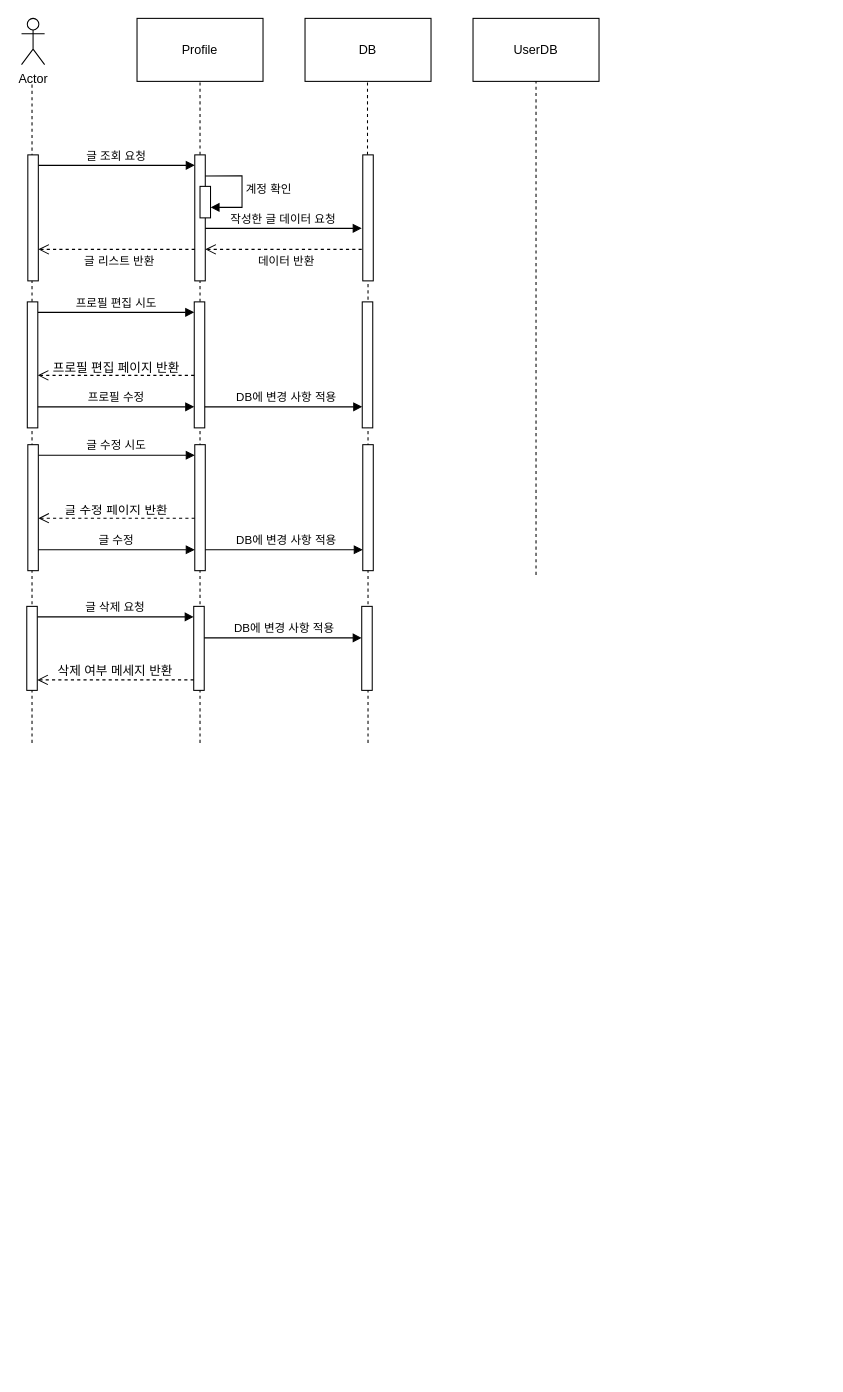
Above: page "Profile" (4 of 4) of KB 3기 2반 5조.drawio in C0012S/SoBe-it (draw.io), before the change. Source tidied: cells renumbered, new cells numbered last; positions are measured from the earlier drawing's top-left corner, leaving out a move shared by most shapes. Both pictures are drawn from the tidied source at 105%, with x=0, y=0 at pixel (21, 18).
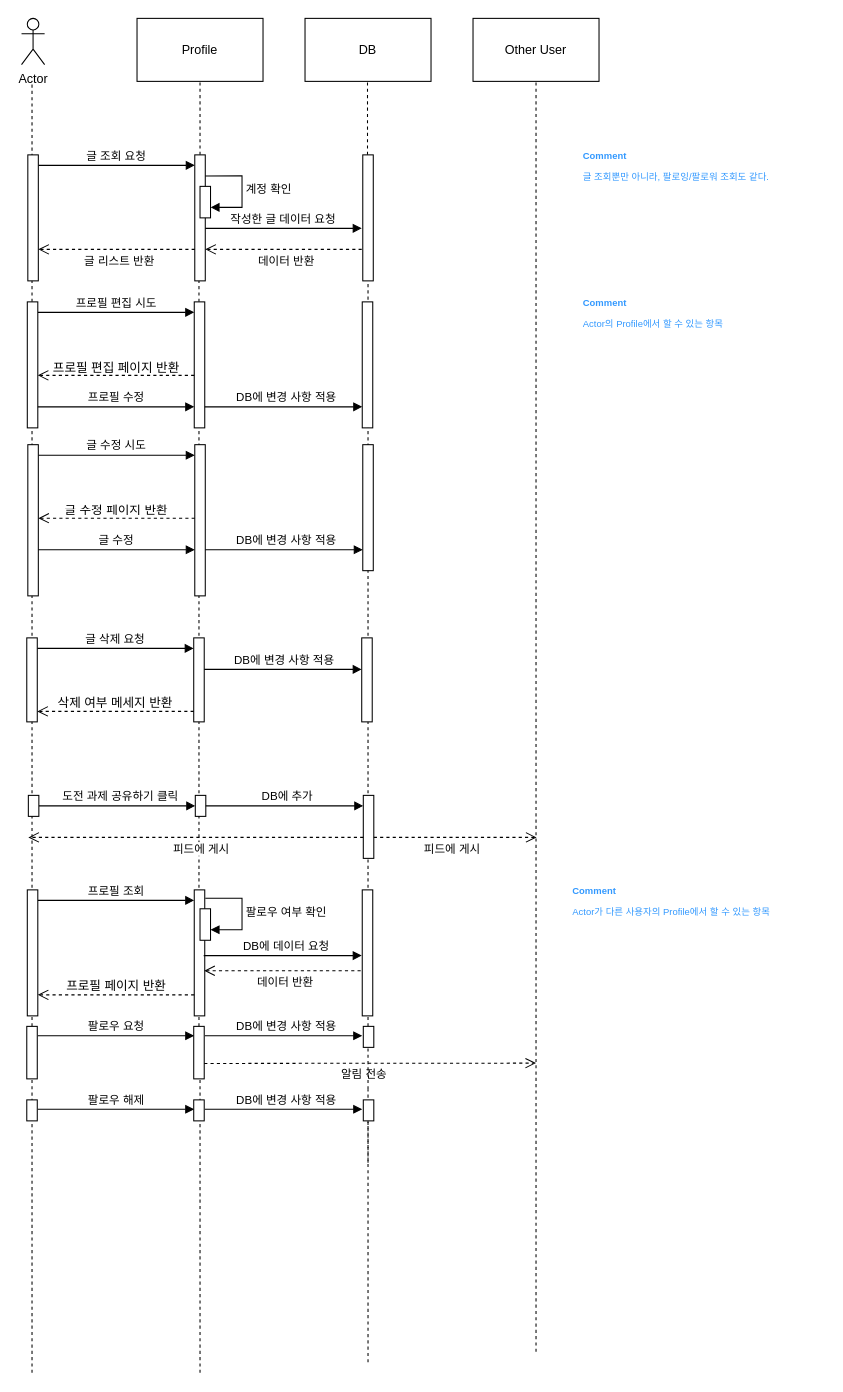
The same diagram, later.

Unchanged cells that the change refers to:
```xml
<mxCell id="12" style="html=1;points=[];perimeter=orthogonalPerimeter;outlineConnect=0;targetShapes=umlLifeline;portConstraint=eastwest;newEdgeStyle={&quot;edgeStyle&quot;:&quot;elbowEdgeStyle&quot;,&quot;elbow&quot;:&quot;vertical&quot;,&quot;curved&quot;:0,&quot;rounded&quot;:0};" parent="1" vertex="1">
  <mxGeometry x="165" y="130" width="10" height="120" as="geometry" />
</mxCell>
```

What changed in the source:
```diff
@@
-    <mxCell id="3" style="endArrow=none;dashed=1;html=1;rounded=0;" parent="1" edge="1">
+    <mxCell id="3" style="endArrow=none;dashed=1;html=1;rounded=0;" parent="1" edge="1" source="70">
       <mxGeometry relative="1" as="geometry">
-        <mxPoint x="10" y="690" as="sourcePoint" />
         <mxPoint x="10" y="60" as="targetPoint" />
       </mxGeometry>
     </mxCell>
@@
-    <mxCell id="6" value="UserDB" style="rounded=0;whiteSpace=wrap;html=1;" parent="1" vertex="1">
-      <mxGeometry x="430" width="120" height="60" as="geometry" />
-    </mxCell>
@@
-    <mxCell id="9" style="endArrow=none;dashed=1;html=1;rounded=0;" parent="1" edge="1">
-      <mxGeometry relative="1" as="geometry">
-        <mxPoint x="490" y="530" as="sourcePoint" />
-        <mxPoint x="490" y="60" as="targetPoint" />
-      </mxGeometry>
-    </mxCell>
@@
-    <mxCell id="11" style="endArrow=none;dashed=1;html=1;rounded=0;" parent="1" edge="1" target="12">
-      <mxGeometry relative="1" as="geometry">
-        <mxPoint x="170" y="690" as="sourcePoint" />
-      </mxGeometry>
+    <mxCell id="11" style="endArrow=none;dashed=1;html=1;rounded=0;" parent="1" edge="1" source="72" target="12">
+      <mxGeometry relative="1" as="geometry" />
     </mxCell>
@@
-    <mxCell id="20" style="endArrow=none;dashed=1;html=1;rounded=0;" parent="1" edge="1">
+    <mxCell id="20" style="endArrow=none;dashed=1;html=1;rounded=0;" parent="1" edge="1" source="77">
       <mxGeometry relative="1" as="geometry">
-        <mxPoint x="330" y="690" as="sourcePoint" />
         <mxPoint x="330" y="310" as="targetPoint" />
       </mxGeometry>
     </mxCell>
@@
     <mxCell id="24" style="html=1;points=[];perimeter=orthogonalPerimeter;outlineConnect=0;targetShapes=umlLifeline;portConstraint=eastwest;newEdgeStyle={&quot;edgeStyle&quot;:&quot;elbowEdgeStyle&quot;,&quot;elbow&quot;:&quot;vertical&quot;,&quot;curved&quot;:0,&quot;rounded&quot;:0};" parent="1" vertex="1">
-      <mxGeometry x="165" y="406" width="10" height="120" as="geometry" />
+      <mxGeometry x="165" y="406" width="10" height="144" as="geometry" />
     </mxCell>
     <mxCell id="25" style="html=1;points=[];perimeter=orthogonalPerimeter;outlineConnect=0;targetShapes=umlLifeline;portConstraint=eastwest;newEdgeStyle={&quot;edgeStyle&quot;:&quot;elbowEdgeStyle&quot;,&quot;elbow&quot;:&quot;vertical&quot;,&quot;curved&quot;:0,&quot;rounded&quot;:0};" parent="1" vertex="1">
-      <mxGeometry x="6" y="406" width="10" height="120" as="geometry" />
+      <mxGeometry x="6" y="406" width="10" height="144" as="geometry" />
     </mxCell>
@@
     <mxCell id="39" value="글 삭제 요청" style="html=1;verticalAlign=bottom;endArrow=block;edgeStyle=elbowEdgeStyle;elbow=vertical;curved=0;rounded=0;" parent="1" edge="1" source="41" target="40">
       <mxGeometry x="-0.01" relative="1" as="geometry">
         <Array as="points">
-          <mxPoint x="89" y="570" />
+          <mxPoint x="89" y="600" />
         </Array>
       </mxGeometry>
     </mxCell>
     <mxCell id="40" style="html=1;points=[];perimeter=orthogonalPerimeter;outlineConnect=0;targetShapes=umlLifeline;portConstraint=eastwest;newEdgeStyle={&quot;edgeStyle&quot;:&quot;elbowEdgeStyle&quot;,&quot;elbow&quot;:&quot;vertical&quot;,&quot;curved&quot;:0,&quot;rounded&quot;:0};" parent="1" vertex="1">
-      <mxGeometry x="164" y="560" width="10" height="80" as="geometry" />
+      <mxGeometry x="164" y="590" width="10" height="80" as="geometry" />
     </mxCell>
     <mxCell id="41" style="html=1;points=[];perimeter=orthogonalPerimeter;outlineConnect=0;targetShapes=umlLifeline;portConstraint=eastwest;newEdgeStyle={&quot;edgeStyle&quot;:&quot;elbowEdgeStyle&quot;,&quot;elbow&quot;:&quot;vertical&quot;,&quot;curved&quot;:0,&quot;rounded&quot;:0};" parent="1" vertex="1">
-      <mxGeometry x="5" y="560" width="10" height="80" as="geometry" />
+      <mxGeometry x="5" y="590" width="10" height="80" as="geometry" />
     </mxCell>
     <mxCell id="42" style="html=1;verticalAlign=bottom;endArrow=open;dashed=1;endSize=8;edgeStyle=elbowEdgeStyle;elbow=vertical;curved=0;rounded=0;" parent="1" edge="1" source="40" target="41">
       <mxGeometry x="-0.03" y="20" relative="1" as="geometry">
         <Array as="points">
-          <mxPoint x="89" y="630" />
+          <mxPoint x="89" y="660" />
         </Array>
       </mxGeometry>
     </mxCell>
     <mxCell id="43" style="html=1;points=[];perimeter=orthogonalPerimeter;outlineConnect=0;targetShapes=umlLifeline;portConstraint=eastwest;newEdgeStyle={&quot;edgeStyle&quot;:&quot;elbowEdgeStyle&quot;,&quot;elbow&quot;:&quot;vertical&quot;,&quot;curved&quot;:0,&quot;rounded&quot;:0};" parent="1" vertex="1">
-      <mxGeometry x="324" y="560" width="10" height="80" as="geometry" />
+      <mxGeometry x="324" y="590" width="10" height="80" as="geometry" />
     </mxCell>
     <mxCell id="44" value="삭제 여부 메세지 반환" style="text;html=1;align=center;verticalAlign=middle;strokeColor=none;fillColor=none;" parent="1" vertex="1">
-      <mxGeometry x="19" y="607" width="140" height="30" as="geometry" />
+      <mxGeometry x="19" y="637" width="140" height="30" as="geometry" />
     </mxCell>
     <mxCell id="45" value="DB에 변경 사항 적용" style="html=1;verticalAlign=bottom;endArrow=block;edgeStyle=elbowEdgeStyle;elbow=vertical;curved=0;rounded=0;" parent="1" edge="1" source="40" target="43">
       <mxGeometry x="0.01" relative="1" as="geometry">
         <Array as="points">
-          <mxPoint x="250" y="590" />
+          <mxPoint x="250" y="620" />
         </Array>
       </mxGeometry>
     </mxCell>
+    <mxCell id="46" value="&lt;h1 style=&quot;font-size: 9px;&quot;&gt;&lt;font color=&quot;#3399ff&quot; style=&quot;font-size: 9px;&quot;&gt;Comment&lt;/font&gt;&lt;/h1&gt;&lt;p style=&quot;font-size: 9px;&quot;&gt;&lt;font color=&quot;#3399ff&quot; style=&quot;font-size: 9px;&quot;&gt;글 조회뿐만 아니라,&amp;nbsp;&lt;/font&gt;&lt;span style=&quot;color: rgb(51, 153, 255); background-color: initial;&quot;&gt;팔로잉/팔로워 조회도 같다.&lt;/span&gt;&lt;/p&gt;" style="text;html=1;strokeColor=none;fillColor=none;spacing=5;spacingTop=-20;whiteSpace=wrap;overflow=hidden;rounded=0;" parent="1" vertex="1">
+      <mxGeometry x="530" y="130" width="236" height="40" as="geometry" />
+    </mxCell>
+    <mxCell id="47" value="도전 과제 공유하기 클릭" style="html=1;verticalAlign=bottom;endArrow=block;edgeStyle=elbowEdgeStyle;elbow=vertical;curved=0;rounded=0;" parent="1" edge="1" source="49" target="48">
+      <mxGeometry x="0.03" relative="1" as="geometry">
+        <Array as="points">
+          <mxPoint x="90.5" y="750" />
+        </Array>
+      </mxGeometry>
+    </mxCell>
+    <mxCell id="48" style="html=1;points=[];perimeter=orthogonalPerimeter;outlineConnect=0;targetShapes=umlLifeline;portConstraint=eastwest;newEdgeStyle={&quot;edgeStyle&quot;:&quot;elbowEdgeStyle&quot;,&quot;elbow&quot;:&quot;vertical&quot;,&quot;curved&quot;:0,&quot;rounded&quot;:0};" parent="1" vertex="1">
+      <mxGeometry x="165.5" y="740" width="10" height="20" as="geometry" />
+    </mxCell>
+    <mxCell id="49" style="html=1;points=[];perimeter=orthogonalPerimeter;outlineConnect=0;targetShapes=umlLifeline;portConstraint=eastwest;newEdgeStyle={&quot;edgeStyle&quot;:&quot;elbowEdgeStyle&quot;,&quot;elbow&quot;:&quot;vertical&quot;,&quot;curved&quot;:0,&quot;rounded&quot;:0};" parent="1" vertex="1">
+      <mxGeometry x="6.5" y="740" width="10" height="20" as="geometry" />
+    </mxCell>
+    <mxCell id="50" value="DB에 추가" style="html=1;verticalAlign=bottom;endArrow=block;edgeStyle=elbowEdgeStyle;elbow=vertical;curved=0;rounded=0;" parent="1" edge="1" target="51">
+      <mxGeometry x="0.03" relative="1" as="geometry">
+        <mxPoint x="175.5" y="750" as="sourcePoint" />
+        <Array as="points">
+          <mxPoint x="260.5" y="750" />
+        </Array>
+      </mxGeometry>
+    </mxCell>
+    <mxCell id="51" style="html=1;points=[];perimeter=orthogonalPerimeter;outlineConnect=0;targetShapes=umlLifeline;portConstraint=eastwest;newEdgeStyle={&quot;edgeStyle&quot;:&quot;elbowEdgeStyle&quot;,&quot;elbow&quot;:&quot;vertical&quot;,&quot;curved&quot;:0,&quot;rounded&quot;:0};" parent="1" vertex="1">
+      <mxGeometry x="325.5" y="740" width="10" height="60" as="geometry" />
+    </mxCell>
+    <mxCell id="52" value="피드에 게시" style="html=1;verticalAlign=bottom;endArrow=open;dashed=1;endSize=8;edgeStyle=elbowEdgeStyle;elbow=vertical;curved=0;rounded=0;" parent="1" edge="1" source="51">
+      <mxGeometry x="-0.03" y="20" relative="1" as="geometry">
+        <mxPoint x="6.5" y="780" as="targetPoint" />
+        <Array as="points">
+          <mxPoint x="11.5" y="780" />
+        </Array>
+      </mxGeometry>
+    </mxCell>
+    <mxCell id="53" value="피드에 게시" style="html=1;verticalAlign=bottom;endArrow=open;dashed=1;endSize=8;edgeStyle=elbowEdgeStyle;elbow=vertical;curved=0;rounded=0;" parent="1" edge="1" source="51">
+      <mxGeometry x="-0.04" y="-20" relative="1" as="geometry">
+        <mxPoint x="490.5" y="780" as="targetPoint" />
+      </mxGeometry>
+    </mxCell>
+    <mxCell id="54" value="Other User" style="rounded=0;whiteSpace=wrap;html=1;" parent="1" vertex="1">
+      <mxGeometry x="430" width="120" height="60" as="geometry" />
+    </mxCell>
+    <mxCell id="55" style="endArrow=none;dashed=1;html=1;rounded=0;" parent="1" edge="1">
+      <mxGeometry relative="1" as="geometry">
+        <mxPoint x="490" y="1270" as="sourcePoint" />
+        <mxPoint x="490" y="60" as="targetPoint" />
+      </mxGeometry>
+    </mxCell>
+    <mxCell id="56" value="&lt;h1 style=&quot;font-size: 9px;&quot;&gt;&lt;font color=&quot;#3399ff&quot; style=&quot;font-size: 9px;&quot;&gt;Comment&lt;/font&gt;&lt;/h1&gt;&lt;p style=&quot;font-size: 9px;&quot;&gt;&lt;font color=&quot;#3399ff&quot;&gt;Actor의 Profile에서 할 수 있는 항목&lt;/font&gt;&lt;/p&gt;" style="text;html=1;strokeColor=none;fillColor=none;spacing=5;spacingTop=-20;whiteSpace=wrap;overflow=hidden;rounded=0;" parent="1" vertex="1">
+      <mxGeometry x="530" y="270" width="236" height="40" as="geometry" />
+    </mxCell>
+    <mxCell id="57" value="프로필 조회" style="html=1;verticalAlign=bottom;endArrow=block;edgeStyle=elbowEdgeStyle;elbow=vertical;curved=0;rounded=0;" parent="1" edge="1" source="59" target="58">
+      <mxGeometry x="-0.01" relative="1" as="geometry">
+        <Array as="points">
+          <mxPoint x="89.5" y="840" />
+        </Array>
+      </mxGeometry>
+    </mxCell>
+    <mxCell id="58" style="html=1;points=[];perimeter=orthogonalPerimeter;outlineConnect=0;targetShapes=umlLifeline;portConstraint=eastwest;newEdgeStyle={&quot;edgeStyle&quot;:&quot;elbowEdgeStyle&quot;,&quot;elbow&quot;:&quot;vertical&quot;,&quot;curved&quot;:0,&quot;rounded&quot;:0};" parent="1" vertex="1">
+      <mxGeometry x="164.5" y="830" width="10" height="120" as="geometry" />
+    </mxCell>
+    <mxCell id="59" style="html=1;points=[];perimeter=orthogonalPerimeter;outlineConnect=0;targetShapes=umlLifeline;portConstraint=eastwest;newEdgeStyle={&quot;edgeStyle&quot;:&quot;elbowEdgeStyle&quot;,&quot;elbow&quot;:&quot;vertical&quot;,&quot;curved&quot;:0,&quot;rounded&quot;:0};" parent="1" vertex="1">
+      <mxGeometry x="5.5" y="830" width="10" height="120" as="geometry" />
+    </mxCell>
+    <mxCell id="60" style="html=1;verticalAlign=bottom;endArrow=open;dashed=1;endSize=8;edgeStyle=elbowEdgeStyle;elbow=vertical;curved=0;rounded=0;" parent="1" edge="1">
+      <mxGeometry x="-0.03" y="20" relative="1" as="geometry">
+        <mxPoint x="164.5" y="930" as="sourcePoint" />
+        <mxPoint x="15.5" y="930" as="targetPoint" />
+        <Array as="points">
+          <mxPoint x="89.5" y="930" />
+        </Array>
+      </mxGeometry>
+    </mxCell>
+    <mxCell id="61" style="html=1;perimeter=orthogonalPerimeter;targetShapes=umlLifeline;newEdgeStyle={&quot;edgeStyle&quot;:&quot;elbowEdgeStyle&quot;,&quot;elbow&quot;:&quot;vertical&quot;,&quot;curved&quot;:0,&quot;rounded&quot;:0};" parent="1" vertex="1">
+      <mxGeometry x="324.5" y="830" width="10" height="120" as="geometry" />
+    </mxCell>
+    <mxCell id="62" value="프로필 페이지 반환" style="text;html=1;align=center;verticalAlign=middle;strokeColor=none;fillColor=none;" parent="1" vertex="1">
+      <mxGeometry x="24.5" y="907" width="130" height="30" as="geometry" />
+    </mxCell>
+    <mxCell id="63" value="팔로우 요청" style="html=1;verticalAlign=bottom;endArrow=block;edgeStyle=elbowEdgeStyle;elbow=vertical;curved=0;rounded=0;" parent="1" edge="1">
+      <mxGeometry x="-0.01" relative="1" as="geometry">
+        <mxPoint x="15.5" y="969" as="sourcePoint" />
+        <mxPoint x="164.5" y="969" as="targetPoint" />
+        <Array as="points">
+          <mxPoint x="89.5" y="969" />
+        </Array>
+      </mxGeometry>
+    </mxCell>
+    <mxCell id="64" value="DB에 변경 사항 적용" style="html=1;verticalAlign=bottom;endArrow=block;edgeStyle=elbowEdgeStyle;elbow=vertical;curved=0;rounded=0;" parent="1" edge="1">
+      <mxGeometry x="0.03" relative="1" as="geometry">
+        <mxPoint x="174.5" y="969" as="sourcePoint" />
+        <mxPoint x="324.5" y="969" as="targetPoint" />
+        <Array as="points">
+          <mxPoint x="259.5" y="969" />
+        </Array>
+      </mxGeometry>
+    </mxCell>
+    <mxCell id="65" value="DB에 데이터 요청" style="html=1;verticalAlign=bottom;endArrow=block;edgeStyle=elbowEdgeStyle;elbow=vertical;curved=0;rounded=0;" parent="1" edge="1">
+      <mxGeometry x="0.03" relative="1" as="geometry">
+        <mxPoint x="173.5" y="892.6" as="sourcePoint" />
+        <mxPoint x="324" y="892.6" as="targetPoint" />
+        <Array as="points">
+          <mxPoint x="258.5" y="892.6" />
+        </Array>
+      </mxGeometry>
+    </mxCell>
+    <mxCell id="66" style="html=1;points=[];perimeter=orthogonalPerimeter;outlineConnect=0;targetShapes=umlLifeline;portConstraint=eastwest;newEdgeStyle={&quot;edgeStyle&quot;:&quot;elbowEdgeStyle&quot;,&quot;elbow&quot;:&quot;vertical&quot;,&quot;curved&quot;:0,&quot;rounded&quot;:0};" parent="1" vertex="1">
+      <mxGeometry x="170" y="848" width="10" height="30" as="geometry" />
+    </mxCell>
+    <mxCell id="67" value="팔로우 여부 확인" style="html=1;align=left;spacingLeft=2;endArrow=block;rounded=0;edgeStyle=orthogonalEdgeStyle;curved=0;rounded=0;exitX=1;exitY=0.167;exitDx=0;exitDy=0;exitPerimeter=0;" parent="1" edge="1" target="66">
+      <mxGeometry relative="1" as="geometry">
+        <mxPoint x="175" y="838" as="sourcePoint" />
+        <Array as="points">
+          <mxPoint x="210" y="838" />
+          <mxPoint x="210" y="868" />
+        </Array>
+      </mxGeometry>
+    </mxCell>
+    <mxCell id="68" value="데이터 반환" style="html=1;verticalAlign=bottom;endArrow=open;dashed=1;endSize=8;edgeStyle=elbowEdgeStyle;elbow=vertical;curved=0;rounded=0;" parent="1" edge="1">
+      <mxGeometry x="-0.03" y="20" relative="1" as="geometry">
+        <mxPoint x="323" y="907" as="sourcePoint" />
+        <mxPoint x="174" y="907" as="targetPoint" />
+        <Array as="points">
+          <mxPoint x="249" y="907" />
+        </Array>
+      </mxGeometry>
+    </mxCell>
+    <mxCell id="69" style="endArrow=none;dashed=1;html=1;rounded=0;" parent="1" edge="1" target="70">
+      <mxGeometry relative="1" as="geometry">
+        <mxPoint x="10" y="1290" as="sourcePoint" />
+      </mxGeometry>
+    </mxCell>
+    <mxCell id="70" style="html=1;points=[];perimeter=orthogonalPerimeter;outlineConnect=0;targetShapes=umlLifeline;portConstraint=eastwest;newEdgeStyle={&quot;edgeStyle&quot;:&quot;elbowEdgeStyle&quot;,&quot;elbow&quot;:&quot;vertical&quot;,&quot;curved&quot;:0,&quot;rounded&quot;:0};" parent="1" vertex="1">
+      <mxGeometry x="5" y="960" width="10" height="50" as="geometry" />
+    </mxCell>
+    <mxCell id="71" style="endArrow=none;dashed=1;html=1;rounded=0;" parent="1" edge="1" target="72">
+      <mxGeometry relative="1" as="geometry">
+        <mxPoint x="170" y="1290" as="sourcePoint" />
+      </mxGeometry>
+    </mxCell>
+    <mxCell id="72" style="html=1;points=[];perimeter=orthogonalPerimeter;outlineConnect=0;targetShapes=umlLifeline;portConstraint=eastwest;newEdgeStyle={&quot;edgeStyle&quot;:&quot;elbowEdgeStyle&quot;,&quot;elbow&quot;:&quot;vertical&quot;,&quot;curved&quot;:0,&quot;rounded&quot;:0};" parent="1" vertex="1">
+      <mxGeometry x="164" y="960" width="10" height="50" as="geometry" />
+    </mxCell>
+    <mxCell id="73" style="endArrow=none;dashed=1;html=1;rounded=0;" parent="1" edge="1">
+      <mxGeometry relative="1" as="geometry">
+        <mxPoint x="330" y="1280" as="sourcePoint" />
+        <mxPoint x="330" y="1020" as="targetPoint" />
+      </mxGeometry>
+    </mxCell>
+    <mxCell id="74" value="알림 전송" style="html=1;verticalAlign=bottom;endArrow=open;dashed=1;endSize=8;edgeStyle=elbowEdgeStyle;elbow=vertical;curved=0;rounded=0;" parent="1" edge="1">
+      <mxGeometry x="-0.04" y="-20" relative="1" as="geometry">
+        <mxPoint x="174" y="995.3" as="sourcePoint" />
+        <mxPoint x="490" y="995" as="targetPoint" />
+      </mxGeometry>
+    </mxCell>
+    <mxCell id="75" value="&lt;h1 style=&quot;font-size: 9px;&quot;&gt;&lt;font color=&quot;#3399ff&quot; style=&quot;font-size: 9px;&quot;&gt;Comment&lt;/font&gt;&lt;/h1&gt;&lt;p style=&quot;font-size: 9px;&quot;&gt;&lt;font color=&quot;#3399ff&quot;&gt;Actor가 다른 사용자의 Profile에서 할 수 있는 항목&lt;/font&gt;&lt;/p&gt;" style="text;html=1;strokeColor=none;fillColor=none;spacing=5;spacingTop=-20;whiteSpace=wrap;overflow=hidden;rounded=0;" parent="1" vertex="1">
+      <mxGeometry x="520" y="830" width="236" height="40" as="geometry" />
+    </mxCell>
+    <mxCell id="76" style="endArrow=none;dashed=1;html=1;rounded=0;" parent="1" edge="1" target="77">
+      <mxGeometry relative="1" as="geometry">
+        <mxPoint x="330" y="1020" as="sourcePoint" />
+      </mxGeometry>
+    </mxCell>
+    <mxCell id="77" style="html=1;points=[];perimeter=orthogonalPerimeter;outlineConnect=0;targetShapes=umlLifeline;portConstraint=eastwest;newEdgeStyle={&quot;edgeStyle&quot;:&quot;elbowEdgeStyle&quot;,&quot;elbow&quot;:&quot;vertical&quot;,&quot;curved&quot;:0,&quot;rounded&quot;:0};" parent="1" vertex="1">
+      <mxGeometry x="325.5" y="960" width="10" height="20" as="geometry" />
+    </mxCell>
+    <mxCell id="78" value="팔로우 해제" style="html=1;verticalAlign=bottom;endArrow=block;edgeStyle=elbowEdgeStyle;elbow=vertical;curved=0;rounded=0;" parent="1" edge="1">
+      <mxGeometry x="-0.01" relative="1" as="geometry">
+        <mxPoint x="15.5" y="1039" as="sourcePoint" />
+        <mxPoint x="164.5" y="1039" as="targetPoint" />
+        <Array as="points">
+          <mxPoint x="89.5" y="1039" />
+        </Array>
+      </mxGeometry>
+    </mxCell>
+    <mxCell id="79" value="DB에 변경 사항 적용" style="html=1;verticalAlign=bottom;endArrow=block;edgeStyle=elbowEdgeStyle;elbow=vertical;curved=0;rounded=0;" parent="1" edge="1">
+      <mxGeometry x="0.03" relative="1" as="geometry">
+        <mxPoint x="174.5" y="1039" as="sourcePoint" />
+        <mxPoint x="324.5" y="1039" as="targetPoint" />
+        <Array as="points">
+          <mxPoint x="259.5" y="1039" />
+        </Array>
+      </mxGeometry>
+    </mxCell>
+    <mxCell id="80" style="html=1;perimeter=orthogonalPerimeter;targetShapes=umlLifeline;newEdgeStyle={&quot;edgeStyle&quot;:&quot;elbowEdgeStyle&quot;,&quot;elbow&quot;:&quot;vertical&quot;,&quot;curved&quot;:0,&quot;rounded&quot;:0};" parent="1" vertex="1">
+      <mxGeometry x="5" y="1030" width="10" height="20" as="geometry" />
+    </mxCell>
+    <mxCell id="81" style="html=1;perimeter=orthogonalPerimeter;targetShapes=umlLifeline;newEdgeStyle={&quot;edgeStyle&quot;:&quot;elbowEdgeStyle&quot;,&quot;elbow&quot;:&quot;vertical&quot;,&quot;curved&quot;:0,&quot;rounded&quot;:0};" parent="1" vertex="1">
+      <mxGeometry x="164" y="1030" width="10" height="20" as="geometry" />
+    </mxCell>
+    <mxCell id="82" style="endArrow=none;dashed=1;html=1;rounded=0;" parent="1" edge="1" target="83">
+      <mxGeometry relative="1" as="geometry">
+        <mxPoint x="330" y="1090" as="sourcePoint" />
+      </mxGeometry>
+    </mxCell>
+    <mxCell id="83" style="html=1;points=[];perimeter=orthogonalPerimeter;outlineConnect=0;targetShapes=umlLifeline;portConstraint=eastwest;newEdgeStyle={&quot;edgeStyle&quot;:&quot;elbowEdgeStyle&quot;,&quot;elbow&quot;:&quot;vertical&quot;,&quot;curved&quot;:0,&quot;rounded&quot;:0};" parent="1" vertex="1">
+      <mxGeometry x="325.5" y="1030" width="10" height="20" as="geometry" />
+    </mxCell>
```
